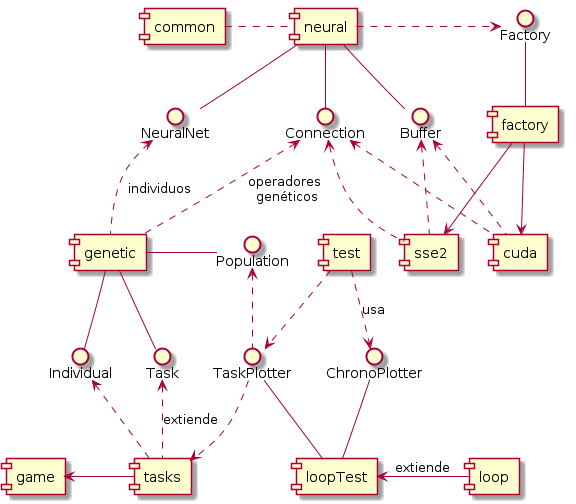
Before: preann/doc/img/uml/components.png, a diagram exported from PlantUML (jtimon/preann).
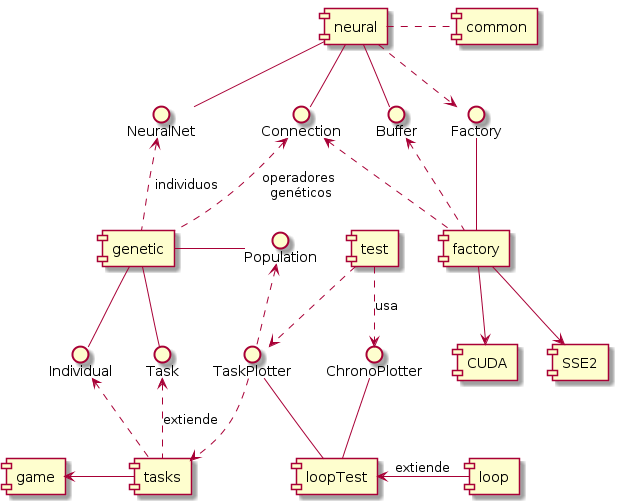
The same file after the commit.

What changed in the source:
```diff
@@ -1,22 +1,19 @@
 @startuml img/uml/components.png
 
-[common] . [neural]
+[neural] . [common]
 
 [neural] -- NeuralNet
 [neural] -- Buffer
 [neural] -- Connection
-[neural] .> Factory
+[neural] ..> Factory
 
 Factory -- [factory]
 
-[factory] --> [sse2]
-[factory] --> [cuda]
+[factory] --> [SSE2]
+[factory] --> [CUDA]
 
-Buffer <.. [sse2]
-Buffer <.. [cuda]
-Connection <..[sse2]
-Connection <..[cuda]
-
+Buffer <.. [factory]
+Connection <.. [factory]
 
 [genetic] -- Task
 [genetic] -- Individual
```
